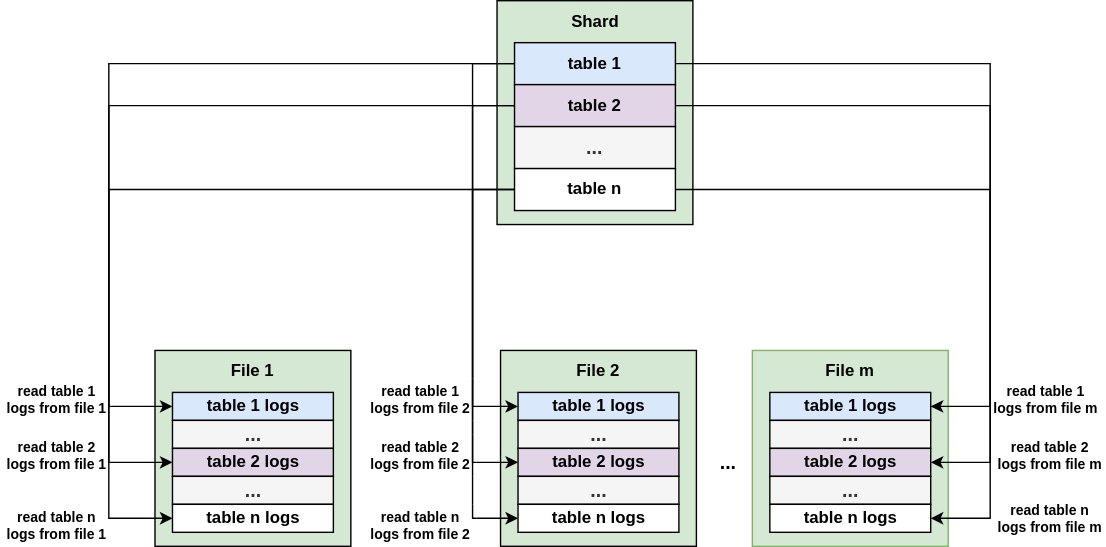
Rachelint/drawio-store keeps this draw.io diagram as rockswal.drawio.svg. Above is the earlier version. Source tidied: cells renumbered, new cells last; positions are measured from the earlier drawing's top-left corner, leaving out a move shared by most shapes.
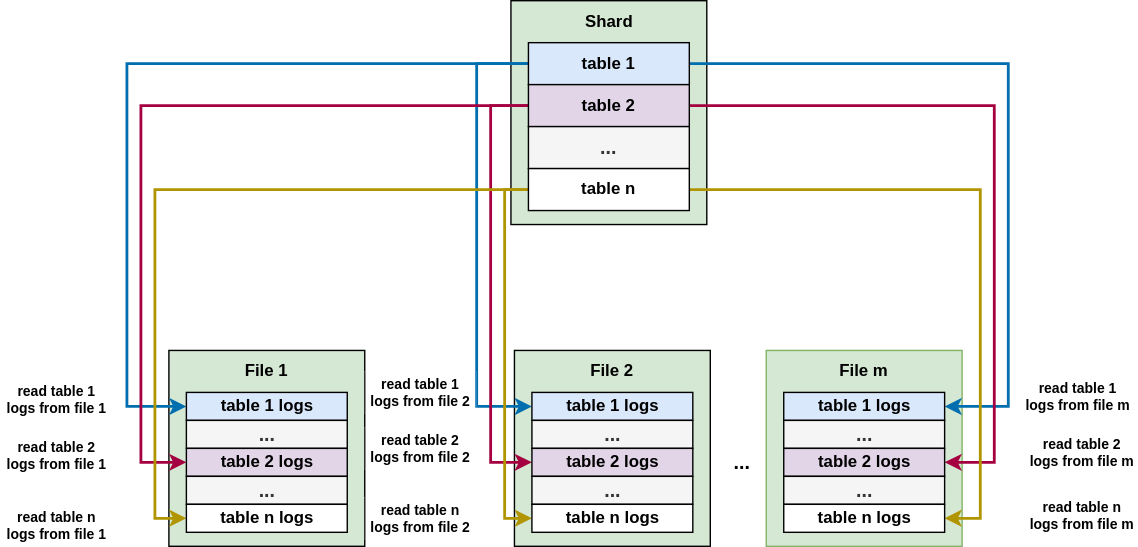
After the change.

Change to the diagram source:
```diff
@@ -14,54 +14,54 @@
     <mxCell id="5" style="rounded=0;whiteSpace=wrap;html=1;fillColor=#d5e8d4;strokeColor=#000000;fontStyle=1;" parent="1" vertex="1">
       <mxGeometry x="354.5" width="140" height="160" as="geometry" />
     </mxCell>
-    <mxCell id="6" style="edgeStyle=orthogonalEdgeStyle;rounded=0;jettySize=auto;html=1;exitX=0;exitY=0.5;exitDx=0;exitDy=0;entryX=0;entryY=0.5;entryDx=0;entryDy=0;fontStyle=1;" parent="1" edge="1" source="9" target="20">
+    <mxCell id="6" style="edgeStyle=orthogonalEdgeStyle;rounded=0;jettySize=auto;html=1;exitX=0;exitY=0.5;exitDx=0;exitDy=0;entryX=0;entryY=0.5;entryDx=0;entryDy=0;fontStyle=1;fillColor=#1ba1e2;strokeColor=#006EAF;strokeWidth=2;" parent="1" edge="1" source="9" target="20">
       <mxGeometry relative="1" as="geometry">
         <Array as="points">
-          <mxPoint x="77" y="45" />
-          <mxPoint x="77" y="290" />
+          <mxPoint x="80" y="45" />
+          <mxPoint x="80" y="290" />
         </Array>
       </mxGeometry>
     </mxCell>
-    <mxCell id="7" style="edgeStyle=orthogonalEdgeStyle;rounded=0;jettySize=auto;html=1;exitX=0;exitY=0.5;exitDx=0;exitDy=0;entryX=0;entryY=0.5;entryDx=0;entryDy=0;fontStyle=1;" parent="1" edge="1" source="9" target="25">
+    <mxCell id="7" style="edgeStyle=orthogonalEdgeStyle;rounded=0;jettySize=auto;html=1;exitX=0;exitY=0.5;exitDx=0;exitDy=0;entryX=0;entryY=0.5;entryDx=0;entryDy=0;fontStyle=1;fillColor=#1ba1e2;strokeColor=#006EAF;strokeWidth=2;" parent="1" edge="1" source="9" target="25">
       <mxGeometry relative="1" as="geometry">
         <Array as="points">
-          <mxPoint x="337" y="45" />
-          <mxPoint x="337" y="290" />
+          <mxPoint x="330" y="45" />
+          <mxPoint x="330" y="290" />
         </Array>
       </mxGeometry>
     </mxCell>
-    <mxCell id="8" style="edgeStyle=orthogonalEdgeStyle;rounded=0;jettySize=auto;html=1;exitX=1;exitY=0.5;exitDx=0;exitDy=0;entryX=1;entryY=0.5;entryDx=0;entryDy=0;fontStyle=1;" parent="1" edge="1" source="9" target="30">
+    <mxCell id="8" style="edgeStyle=orthogonalEdgeStyle;rounded=0;jettySize=auto;html=1;exitX=1;exitY=0.5;exitDx=0;exitDy=0;entryX=1;entryY=0.5;entryDx=0;entryDy=0;fontStyle=1;fillColor=#1ba1e2;strokeColor=#006EAF;strokeWidth=2;" parent="1" edge="1" source="9" target="30">
       <mxGeometry relative="1" as="geometry">
         <Array as="points">
-          <mxPoint x="707" y="45" />
-          <mxPoint x="707" y="290" />
+          <mxPoint x="710" y="45" />
+          <mxPoint x="710" y="290" />
         </Array>
       </mxGeometry>
     </mxCell>
     <mxCell id="9" value="table 1" style="rounded=0;whiteSpace=wrap;html=1;fillColor=#dae8fc;strokeColor=#000000;fontStyle=1;" parent="1" vertex="1">
       <mxGeometry x="367" y="30" width="115" height="30" as="geometry" />
     </mxCell>
-    <mxCell id="10" style="edgeStyle=orthogonalEdgeStyle;rounded=0;jettySize=auto;html=1;exitX=0;exitY=0.5;exitDx=0;exitDy=0;entryX=0;entryY=0.5;entryDx=0;entryDy=0;fontStyle=1;" parent="1" edge="1" source="13" target="27">
+    <mxCell id="10" style="edgeStyle=orthogonalEdgeStyle;rounded=0;jettySize=auto;html=1;exitX=0;exitY=0.5;exitDx=0;exitDy=0;entryX=0;entryY=0.5;entryDx=0;entryDy=0;fontStyle=1;fillColor=#d80073;strokeColor=#A50040;strokeWidth=2;" parent="1" edge="1" source="13" target="27">
       <mxGeometry relative="1" as="geometry">
         <Array as="points">
-          <mxPoint x="337" y="75" />
-          <mxPoint x="337" y="330" />
+          <mxPoint x="340" y="75" />
+          <mxPoint x="340" y="330" />
         </Array>
       </mxGeometry>
     </mxCell>
-    <mxCell id="11" style="edgeStyle=orthogonalEdgeStyle;rounded=0;jettySize=auto;html=1;exitX=0;exitY=0.5;exitDx=0;exitDy=0;entryX=0;entryY=0.5;entryDx=0;entryDy=0;fontStyle=1;" parent="1" edge="1" source="13" target="22">
+    <mxCell id="11" style="edgeStyle=orthogonalEdgeStyle;rounded=0;jettySize=auto;html=1;exitX=0;exitY=0.5;exitDx=0;exitDy=0;entryX=0;entryY=0.5;entryDx=0;entryDy=0;fontStyle=1;fillColor=#d80073;strokeColor=#A50040;strokeWidth=2;" parent="1" edge="1" source="13" target="22">
       <mxGeometry relative="1" as="geometry">
         <Array as="points">
-          <mxPoint x="77" y="75" />
-          <mxPoint x="77" y="330" />
+          <mxPoint x="90" y="75" />
+          <mxPoint x="90" y="330" />
         </Array>
       </mxGeometry>
     </mxCell>
-    <mxCell id="12" style="edgeStyle=orthogonalEdgeStyle;rounded=0;jettySize=auto;html=1;exitX=1;exitY=0.5;exitDx=0;exitDy=0;entryX=1;entryY=0.5;entryDx=0;entryDy=0;fontStyle=1;" parent="1" edge="1" source="13" target="32">
+    <mxCell id="12" style="edgeStyle=orthogonalEdgeStyle;rounded=0;jettySize=auto;html=1;exitX=1;exitY=0.5;exitDx=0;exitDy=0;entryX=1;entryY=0.5;entryDx=0;entryDy=0;fontStyle=1;fillColor=#d80073;strokeColor=#A50040;strokeWidth=2;" parent="1" edge="1" source="13" target="32">
       <mxGeometry relative="1" as="geometry">
         <Array as="points">
-          <mxPoint x="707" y="75" />
-          <mxPoint x="707" y="330" />
+          <mxPoint x="700" y="75" />
+          <mxPoint x="700" y="330" />
         </Array>
       </mxGeometry>
     </mxCell>
@@ -71,27 +71,27 @@
     <mxCell id="14" value="&lt;font style=&quot;font-size: 14px;&quot;&gt;&lt;span&gt;...&lt;/span&gt;&lt;/font&gt;" style="rounded=0;whiteSpace=wrap;html=1;fillColor=#f5f5f5;strokeColor=#000000;fontColor=#333333;fontStyle=1;" parent="1" vertex="1">
       <mxGeometry x="367" y="90" width="115" height="30" as="geometry" />
     </mxCell>
-    <mxCell id="15" style="edgeStyle=orthogonalEdgeStyle;rounded=0;jettySize=auto;html=1;exitX=1;exitY=0.5;exitDx=0;exitDy=0;entryX=1;entryY=0.5;entryDx=0;entryDy=0;fontStyle=1;" parent="1" edge="1" source="18" target="34">
+    <mxCell id="15" style="edgeStyle=orthogonalEdgeStyle;rounded=0;jettySize=auto;html=1;exitX=1;exitY=0.5;exitDx=0;exitDy=0;entryX=1;entryY=0.5;entryDx=0;entryDy=0;fontStyle=1;fillColor=#e3c800;strokeColor=#B09500;strokeWidth=2;" parent="1" edge="1" source="18" target="34">
       <mxGeometry relative="1" as="geometry">
         <Array as="points">
-          <mxPoint x="707" y="135" />
-          <mxPoint x="707" y="370" />
+          <mxPoint x="690" y="135" />
+          <mxPoint x="690" y="370" />
         </Array>
       </mxGeometry>
     </mxCell>
-    <mxCell id="16" style="edgeStyle=orthogonalEdgeStyle;rounded=0;jettySize=auto;html=1;exitX=0;exitY=0.5;exitDx=0;exitDy=0;entryX=0;entryY=0.5;entryDx=0;entryDy=0;fontStyle=1;" parent="1" edge="1" source="18" target="29">
+    <mxCell id="16" style="edgeStyle=orthogonalEdgeStyle;rounded=0;jettySize=auto;html=1;exitX=0;exitY=0.5;exitDx=0;exitDy=0;entryX=0;entryY=0.5;entryDx=0;entryDy=0;fontStyle=1;fillColor=#e3c800;strokeColor=#B09500;strokeWidth=2;" parent="1" edge="1" source="18" target="29">
       <mxGeometry relative="1" as="geometry">
         <Array as="points">
-          <mxPoint x="337" y="135" />
-          <mxPoint x="337" y="370" />
+          <mxPoint x="350" y="135" />
+          <mxPoint x="350" y="370" />
         </Array>
       </mxGeometry>
     </mxCell>
-    <mxCell id="17" style="edgeStyle=orthogonalEdgeStyle;rounded=0;jettySize=auto;html=1;exitX=0;exitY=0.5;exitDx=0;exitDy=0;entryX=0;entryY=0.5;entryDx=0;entryDy=0;fontStyle=1;" parent="1" edge="1" source="18" target="24">
+    <mxCell id="17" style="edgeStyle=orthogonalEdgeStyle;rounded=0;jettySize=auto;html=1;exitX=0;exitY=0.5;exitDx=0;exitDy=0;entryX=0;entryY=0.5;entryDx=0;entryDy=0;fontStyle=1;fillColor=#e3c800;strokeColor=#B09500;strokeWidth=2;" parent="1" edge="1" source="18" target="24">
       <mxGeometry relative="1" as="geometry">
         <Array as="points">
-          <mxPoint x="77" y="135" />
-          <mxPoint x="77" y="370" />
+          <mxPoint x="100" y="135" />
+          <mxPoint x="100" y="370" />
         </Array>
       </mxGeometry>
     </mxCell>
@@ -159,31 +159,31 @@
       <mxGeometry x="577" y="250" width="60" height="30" as="geometry" />
     </mxCell>
     <mxCell id="39" value="read table 1 logs from file 1" style="text;html=1;strokeColor=none;fillColor=none;align=center;verticalAlign=middle;whiteSpace=wrap;rounded=0;strokeWidth=0;fontSize=10;fontStyle=1;" parent="1" vertex="1">
-      <mxGeometry y="270" width="80" height="30" as="geometry" />
+      <mxGeometry x="-10" y="270" width="80" height="30" as="geometry" />
     </mxCell>
     <mxCell id="40" value="read table 2 logs from file 1" style="text;html=1;strokeColor=none;fillColor=none;align=center;verticalAlign=middle;whiteSpace=wrap;rounded=0;strokeWidth=0;fontSize=10;fontStyle=1;" parent="1" vertex="1">
-      <mxGeometry y="310" width="80" height="30" as="geometry" />
+      <mxGeometry x="-10" y="310" width="80" height="30" as="geometry" />
     </mxCell>
     <mxCell id="41" value="read table n logs from file 1" style="text;html=1;strokeColor=none;fillColor=none;align=center;verticalAlign=middle;whiteSpace=wrap;rounded=0;strokeWidth=0;fontSize=10;fontStyle=1;" parent="1" vertex="1">
-      <mxGeometry y="360" width="80" height="30" as="geometry" />
+      <mxGeometry x="-10" y="360" width="80" height="30" as="geometry" />
     </mxCell>
     <mxCell id="42" value="read table 1 logs from file 2" style="text;html=1;strokeColor=#FFFFFF;fillColor=none;align=center;verticalAlign=middle;whiteSpace=wrap;rounded=0;strokeWidth=0;fontSize=10;fontStyle=1;" parent="1" vertex="1">
-      <mxGeometry x="260" y="270" width="80" height="30" as="geometry" />
+      <mxGeometry x="250" y="265" width="80" height="30" as="geometry" />
     </mxCell>
     <mxCell id="43" value="read table 2 logs from file 2" style="text;html=1;strokeColor=#FFFFFF;fillColor=none;align=center;verticalAlign=middle;whiteSpace=wrap;rounded=0;strokeWidth=0;fontSize=10;fontStyle=1;" parent="1" vertex="1">
-      <mxGeometry x="260" y="310" width="80" height="30" as="geometry" />
+      <mxGeometry x="250" y="305" width="80" height="30" as="geometry" />
     </mxCell>
     <mxCell id="44" value="read table n logs from file 2" style="text;html=1;strokeColor=#FFFFFF;fillColor=none;align=center;verticalAlign=middle;whiteSpace=wrap;rounded=0;strokeWidth=0;fontSize=10;fontStyle=1;" parent="1" vertex="1">
-      <mxGeometry x="260" y="360" width="80" height="30" as="geometry" />
+      <mxGeometry x="250" y="355" width="80" height="30" as="geometry" />
     </mxCell>
     <mxCell id="45" value="read table 1 logs from file m" style="text;html=1;strokeColor=none;fillColor=none;align=center;verticalAlign=middle;whiteSpace=wrap;rounded=0;strokeWidth=0;fontSize=10;fontStyle=1;" parent="1" vertex="1">
-      <mxGeometry x="707" y="270" width="80" height="30" as="geometry" />
+      <mxGeometry x="720" y="267.5" width="80" height="30" as="geometry" />
     </mxCell>
     <mxCell id="46" value="read table 2 logs from file m" style="text;html=1;strokeColor=none;fillColor=none;align=center;verticalAlign=middle;whiteSpace=wrap;rounded=0;strokeWidth=0;fontSize=10;fontStyle=1;" parent="1" vertex="1">
-      <mxGeometry x="710" y="310" width="80" height="30" as="geometry" />
+      <mxGeometry x="723" y="307.5" width="80" height="30" as="geometry" />
     </mxCell>
     <mxCell id="47" value="read table n logs from file m" style="text;html=1;strokeColor=none;fillColor=none;align=center;verticalAlign=middle;whiteSpace=wrap;rounded=0;strokeWidth=0;fontSize=10;fontStyle=1;" parent="1" vertex="1">
-      <mxGeometry x="710" y="355" width="80" height="30" as="geometry" />
+      <mxGeometry x="723" y="352.5" width="80" height="30" as="geometry" />
     </mxCell>
   </root>
 </mxGraphModel>
```
